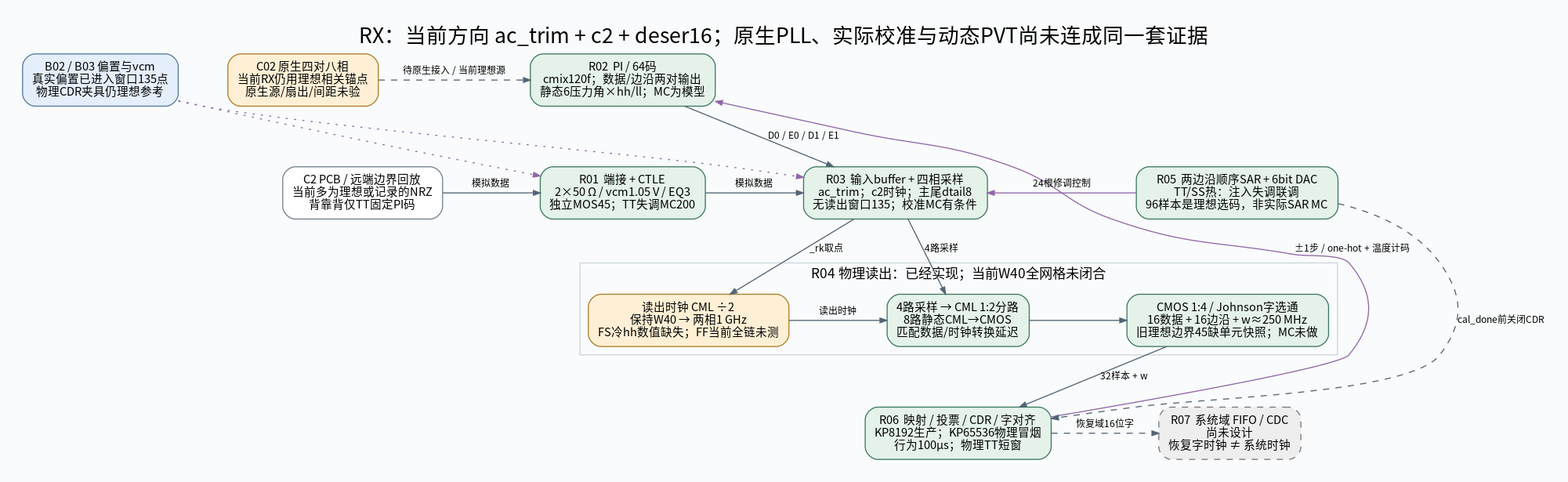
Above: docs/figures/system/rx_blocks.png in whitedeerpro-arch/serdes_sky130 (Graphviz), before the change. Its source is kept beside it as docs/figures/system/rx_blocks.dot.
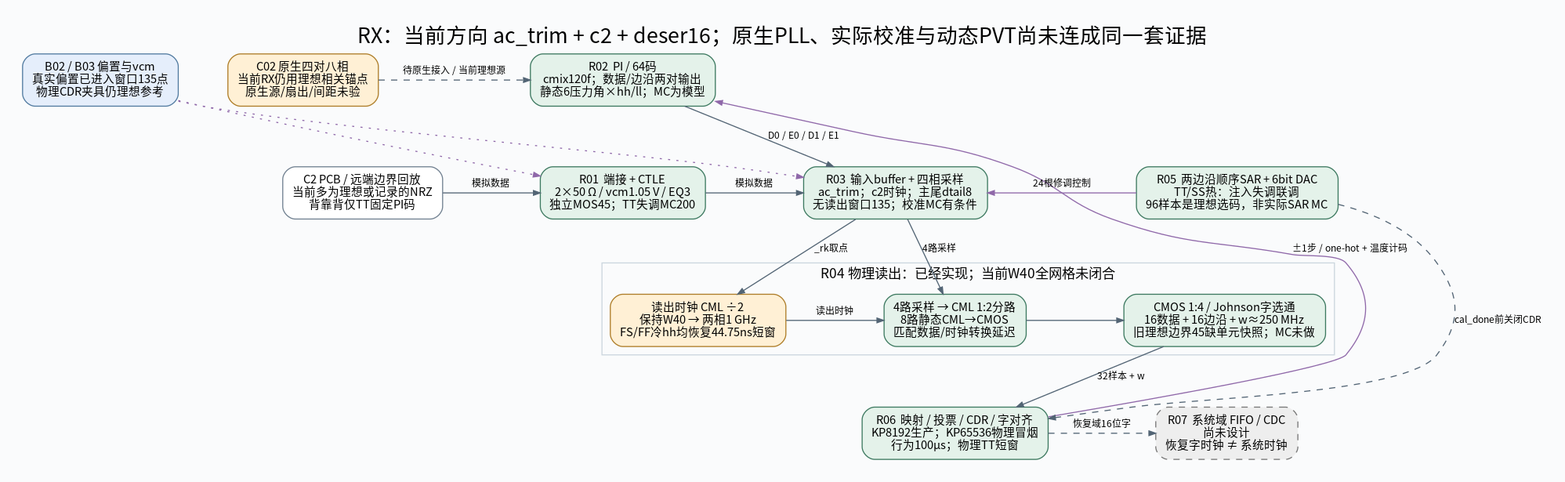
Above is the later version.

The edit, as a diff of the source:
```diff
@@ -11,7 +11,7 @@
   R03 [label="R03  输入buffer + 四相采样\nac_trim；c2时钟；主尾dtail8\n无读出窗口135；校准MC有条件"];
   subgraph cluster_readout {
     label="R04 物理读出：已经实现；当前W40全网格未闭合"; color="#cbd6de"; fontsize=13;
-    DIV [label="读出时钟 CML ÷2\n保持W40 → 两相1 GHz\nFS冷hh数值缺失；FF当前全链未测", fillcolor="#fff0d5", color="#ae7d28"];
+    DIV [label="读出时钟 CML ÷2\n保持W40 → 两相1 GHz\nFS/FF冷hh均恢复44.75ns短窗", fillcolor="#fff0d5", color="#ae7d28"];
     DEMUX [label="4路采样 → CML 1:2分路\n8路静态CML→CMOS\n匹配数据/时钟转换延迟"];
     DESER [label="CMOS 1:4 / Johnson字选通\n16数据 + 16边沿 + w≈250 MHz\n旧理想边界45缺单元快照；MC未做"];
     {rank=same; DIV; DEMUX; DESER;}
```
